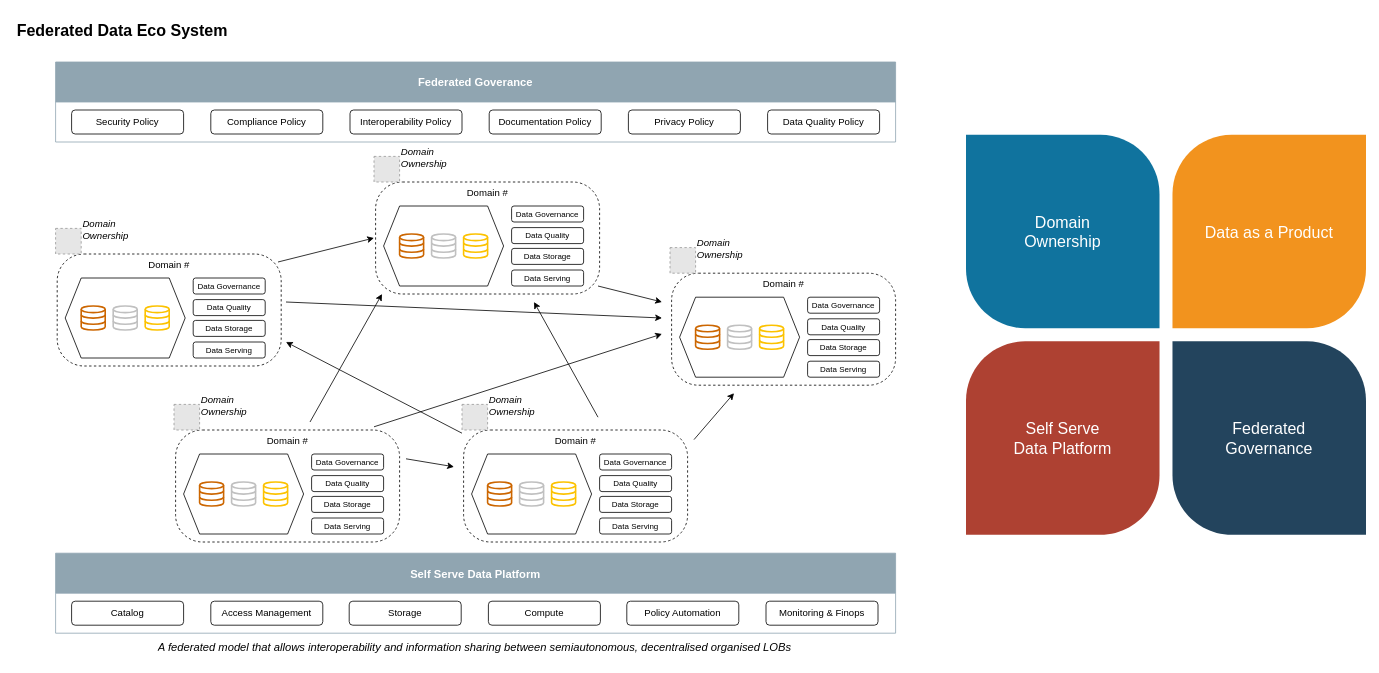
Earlier version of the draw.io diagram page "Federated Data" (2 of 4) of Databricks.drawio (juliandicker/drawio). Source tidied: cells renumbered, new cells numbered last; positions are measured from the earlier drawing's top-left corner, leaving out a move shared by most shapes. Both pictures are drawn from the tidied source at 80%, with x=0, y=0 at pixel (14, 14). Pictures stored in the file or linked from it are replaced by grey dashed boxes.
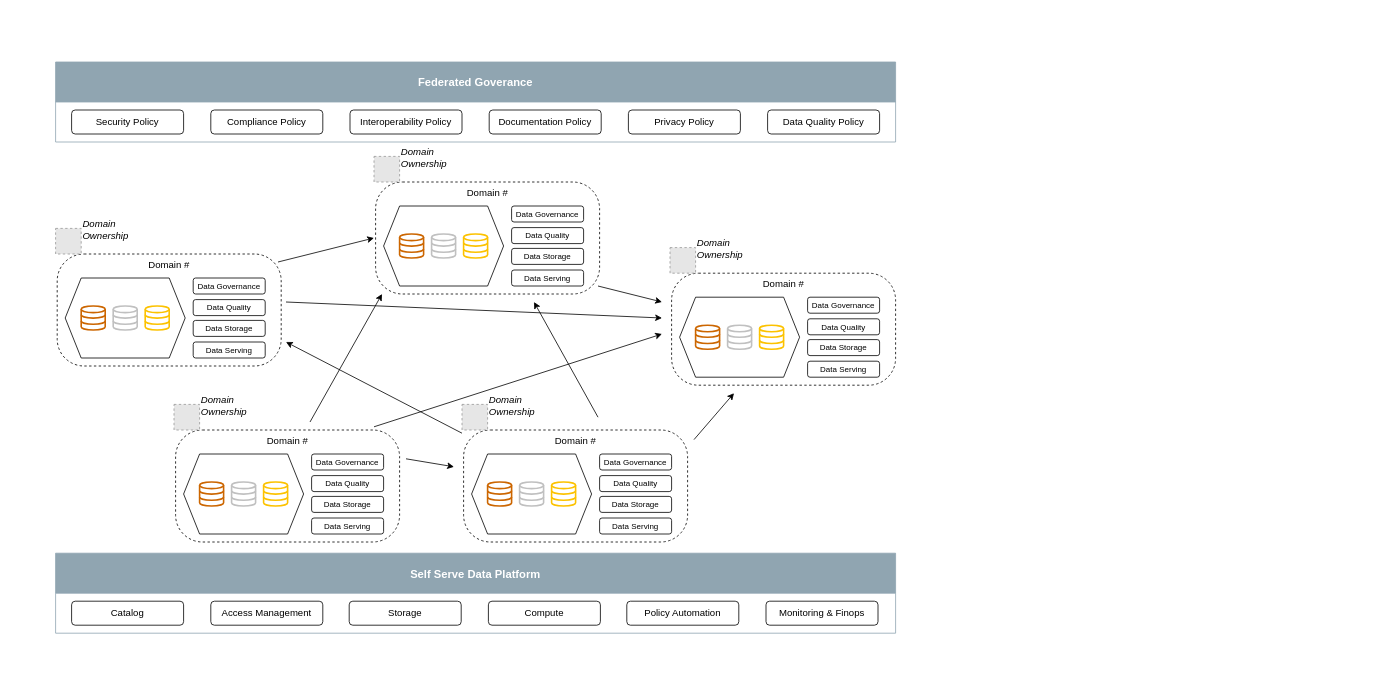
The same page after the edit.

The change refers to these unchanged cells:
```xml
<mxCell id="30" style="group;" parent="1" vertex="1">
  <mxGeometry x="820" y="274" width="282" height="325" as="geometry" />
</mxCell>
```

What changed in the source:
```diff
@@
-    <mxCell id="2" style="group;fontSize=20;labelBackgroundColor=default;" parent="1" vertex="1">
-      <mxGeometry x="1190" y="151" width="500" height="500" as="geometry" />
-    </mxCell>
-    <mxCell id="3" value="Data as a Product" style="shape=mxgraph.basic.diag_round_rect;dx=37;html=1;fillColor=#F2931E;strokeColor=none;shadow=0;fontSize=20;fontColor=#FFFFFF;align=center;fontStyle=0;whiteSpace=wrap;strokeWidth=8;" parent="2" vertex="1">
-      <mxGeometry x="258.1" width="241.9" height="241.9" as="geometry" />
-    </mxCell>
-    <mxCell id="4" value="Federated&lt;br&gt;Governance" style="shape=mxgraph.basic.diag_round_rect;dx=37;flipV=1;html=1;fillColor=#23445D;strokeColor=none;shadow=0;fontSize=20;fontColor=#FFFFFF;align=center;fontStyle=0;whiteSpace=wrap;strokeWidth=8;" parent="2" vertex="1">
-      <mxGeometry x="258.1" y="258.1" width="241.9" height="241.9" as="geometry" />
-    </mxCell>
-    <mxCell id="5" value="Self Serve&lt;br&gt;Data Platform" style="shape=mxgraph.basic.diag_round_rect;dx=37;flipH=1;flipV=1;html=1;fillColor=#AE4132;strokeColor=none;shadow=0;fontSize=20;fontColor=#FFFFFF;align=center;fontStyle=0;whiteSpace=wrap;strokeWidth=8;" parent="2" vertex="1">
-      <mxGeometry y="258.1" width="241.9" height="241.9" as="geometry" />
-    </mxCell>
-    <mxCell id="6" value="Domain&lt;br&gt;Ownership" style="shape=mxgraph.basic.diag_round_rect;dx=37;flipH=1;html=1;fillColor=#10739E;strokeColor=none;shadow=0;fontSize=20;fontColor=#FFFFFF;align=center;fontStyle=0;whiteSpace=wrap;strokeWidth=8;" parent="2" vertex="1">
-      <mxGeometry width="241.9" height="241.9" as="geometry" />
-    </mxCell>
@@
-    <mxCell id="16" value="Federated Data Eco System" style="text;html=1;align=center;verticalAlign=middle;strokeColor=none;fillColor=none;fontStyle=1;fontSize=20;" parent="1" vertex="1">
-      <mxGeometry width="270" height="40" as="geometry" />
-    </mxCell>
-    <mxCell id="17" value="&lt;h1 style=&quot;margin-top: 0px;&quot;&gt;&lt;span style=&quot;line-height: 50%; font-weight: normal;&quot;&gt;&lt;font style=&quot;font-size: 14px;&quot;&gt;A federated model that allows interoperability and information sharing between semiautonomous, decentralised organised LOBs&lt;/font&gt;&lt;/span&gt;&lt;/h1&gt;" style="text;html=1;whiteSpace=wrap;overflow=hidden;rounded=0;fontStyle=2;fontSize=9;align=center;" parent="1" vertex="1">
-      <mxGeometry x="52" y="774" width="1048" height="30" as="geometry" />
-    </mxCell>
@@
-    <mxCell id="37" value="Data Quality" style="rounded=1;whiteSpace=wrap;html=1;fontSize=10;" parent="30" vertex="1">
+    <mxCell id="37" value="Data Quality" style="rounded=1;whiteSpace=wrap;html=1;fontSize=10;fillColor=none;" parent="30" vertex="1">
       <mxGeometry x="172" y="107" width="90" height="20" as="geometry" />
     </mxCell>
```
